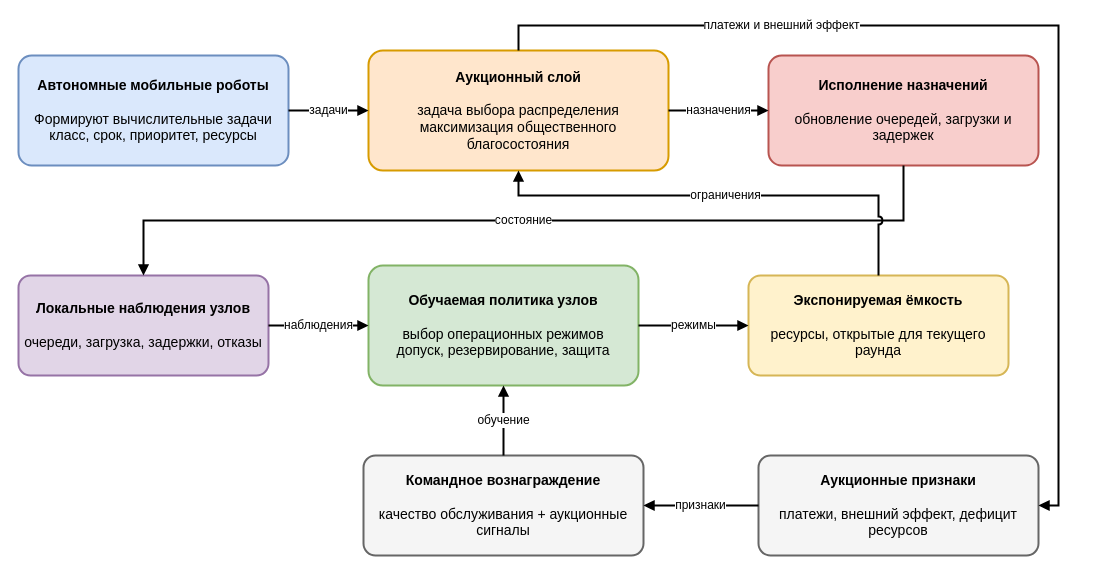
Before: Dissertation/images/drawio/ch5_ample_architecture.drawio in Dima12101/SPbU-Phd-LaTeX-Dissertation, a draw.io diagram. Source tidied: cells renumbered, new cells numbered last; positions are measured from the earlier drawing's top-left corner, leaving out a move shared by most shapes. Both pictures are drawn from the tidied source at 100%, with x=0, y=0 at pixel (18, 25).
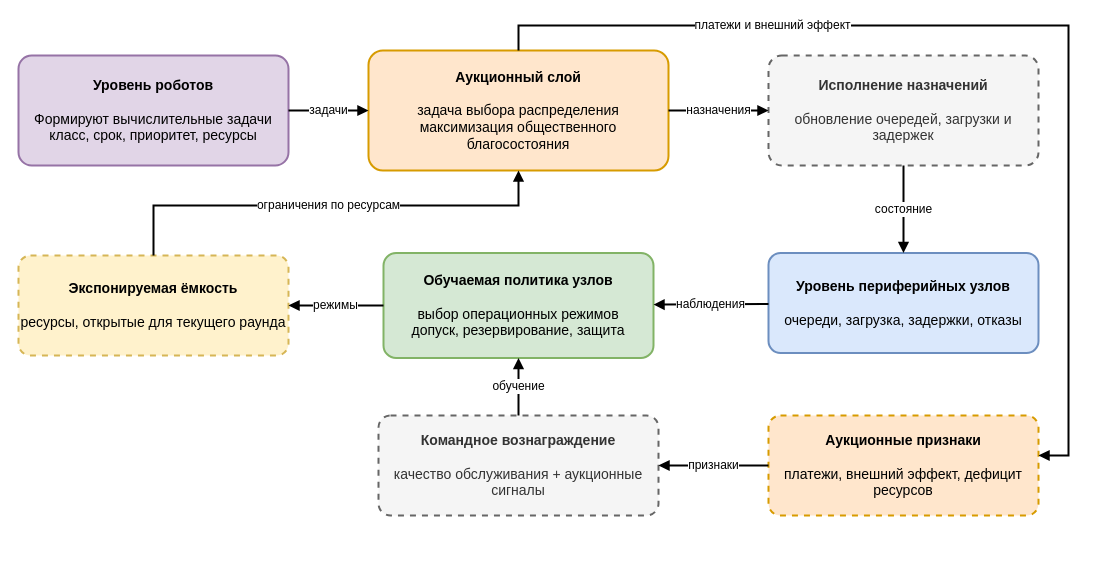
Above is the later version.

Unchanged cells that the change refers to:
```xml
<mxCell id="6" value="&lt;b&gt;Аукционный слой&lt;/b&gt;&lt;div&gt;&lt;b&gt;&lt;br&gt;&lt;/b&gt;задача выбора распределения&lt;br&gt;максимизация общественного благосостояния&lt;/div&gt;" style="rounded=1;whiteSpace=wrap;html=1;arcSize=12;strokeWidth=2;fillColor=#ffe6cc;strokeColor=#d79b00;fontSize=14;" parent="1" vertex="1">
  <mxGeometry x="350" y="25" width="300" height="120" as="geometry" />
</mxCell>
```

What changed in the source:
```diff
@@
-    <mxCell id="2" value="&lt;b&gt;Автономные мобильные роботы&lt;/b&gt;&lt;div&gt;&lt;b&gt;&lt;br&gt;&lt;/b&gt;Формируют вычислительные задачи&lt;br&gt;класс, срок, приоритет, ресурсы&lt;/div&gt;" style="rounded=1;whiteSpace=wrap;html=1;arcSize=12;strokeWidth=2;fillColor=#dae8fc;strokeColor=#6c8ebf;fontSize=14;" parent="1" vertex="1">
+    <mxCell id="2" value="&lt;div&gt;&lt;b&gt;Уровень роботов&lt;/b&gt;&lt;/div&gt;&lt;div&gt;&lt;b&gt;&lt;br&gt;&lt;/b&gt;Формируют вычислительные задачи&lt;br&gt;класс, срок, приоритет, ресурсы&lt;/div&gt;" style="rounded=1;whiteSpace=wrap;html=1;arcSize=12;strokeWidth=2;fillColor=#e1d5e7;strokeColor=#9673a6;fontSize=14;" parent="1" vertex="1">
       <mxGeometry y="30" width="270" height="110" as="geometry" />
     </mxCell>
-    <mxCell id="3" value="&lt;b style=&quot;&quot;&gt;Локальные наблюдения узлов&lt;/b&gt;&lt;div&gt;&lt;br&gt;очереди, загрузка, задержки, отказы&lt;/div&gt;" style="rounded=1;whiteSpace=wrap;html=1;arcSize=12;strokeWidth=2;fillColor=#e1d5e7;strokeColor=#9673a6;fontSize=14;" parent="1" vertex="1">
-      <mxGeometry y="250" width="250" height="100" as="geometry" />
+    <mxCell id="3" value="&lt;div&gt;&lt;b&gt;Уровень периферийных узлов&lt;/b&gt;&lt;/div&gt;&lt;div&gt;&lt;b&gt;&lt;br&gt;&lt;/b&gt;очереди, загрузка, задержки, отказы&lt;/div&gt;" style="rounded=1;whiteSpace=wrap;html=1;arcSize=12;strokeWidth=2;fillColor=#dae8fc;strokeColor=#6c8ebf;fontSize=14;" parent="1" vertex="1">
+      <mxGeometry x="750" y="227.5" width="270" height="100" as="geometry" />
     </mxCell>
     <mxCell id="4" value="&lt;b&gt;Обучаемая политика узлов&lt;/b&gt;&lt;div&gt;&lt;b&gt;&lt;br&gt;&lt;/b&gt;выбор операционных режимов&lt;br&gt;допуск, резервирование, защита&lt;/div&gt;" style="rounded=1;whiteSpace=wrap;html=1;arcSize=12;strokeWidth=2;fillColor=#d5e8d4;strokeColor=#82b366;fontSize=14;" parent="1" vertex="1">
-      <mxGeometry x="350" y="240" width="270" height="120" as="geometry" />
+      <mxGeometry x="365" y="227.5" width="270" height="105" as="geometry" />
     </mxCell>
-    <mxCell id="5" value="&lt;b&gt;Экспонируемая ёмкость&lt;/b&gt;&lt;div&gt;&lt;b&gt;&lt;br&gt;&lt;/b&gt;ресурсы, открытые для текущего раунда&lt;/div&gt;" style="rounded=1;whiteSpace=wrap;html=1;arcSize=12;strokeWidth=2;fillColor=#fff2cc;strokeColor=#d6b656;fontSize=14;" parent="1" vertex="1">
-      <mxGeometry x="730" y="250" width="260" height="100" as="geometry" />
+    <mxCell id="5" value="&lt;b&gt;Экспонируемая ёмкость&lt;/b&gt;&lt;div&gt;&lt;b&gt;&lt;br&gt;&lt;/b&gt;ресурсы, открытые для текущего раунда&lt;/div&gt;" style="rounded=1;whiteSpace=wrap;html=1;arcSize=12;strokeWidth=2;fillColor=#fff2cc;strokeColor=#d6b656;fontSize=14;dashed=1;" parent="1" vertex="1">
+      <mxGeometry y="230" width="270" height="100" as="geometry" />
     </mxCell>
@@
-    <mxCell id="7" value="&lt;b&gt;Исполнение назначений&lt;/b&gt;&lt;div&gt;&lt;b&gt;&lt;br&gt;&lt;/b&gt;обновление очередей, загрузки и задержек&lt;/div&gt;" style="rounded=1;whiteSpace=wrap;html=1;arcSize=12;strokeWidth=2;fillColor=#f8cecc;strokeColor=#b85450;fontSize=14;" parent="1" vertex="1">
+    <mxCell id="7" value="&lt;b&gt;Исполнение назначений&lt;/b&gt;&lt;div&gt;&lt;b&gt;&lt;br&gt;&lt;/b&gt;обновление очередей, загрузки и задержек&lt;/div&gt;" style="rounded=1;whiteSpace=wrap;html=1;arcSize=12;strokeWidth=2;fillColor=#f5f5f5;strokeColor=#666666;fontSize=14;dashed=1;fontColor=#333333;" parent="1" vertex="1">
       <mxGeometry x="750" y="30" width="270" height="110" as="geometry" />
     </mxCell>
-    <mxCell id="8" value="&lt;b&gt;Аукционные признаки&lt;/b&gt;&lt;div&gt;&lt;b&gt;&lt;br&gt;&lt;/b&gt;платежи, внешний эффект, дефицит ресурсов&lt;/div&gt;" style="rounded=1;whiteSpace=wrap;html=1;arcSize=12;strokeWidth=2;fillColor=#f5f5f5;strokeColor=#666666;fontSize=14;" parent="1" vertex="1">
-      <mxGeometry x="740" y="430" width="280" height="100" as="geometry" />
+    <mxCell id="8" value="&lt;b&gt;Аукционные признаки&lt;/b&gt;&lt;div&gt;&lt;b&gt;&lt;br&gt;&lt;/b&gt;платежи, внешний эффект, дефицит ресурсов&lt;/div&gt;" style="rounded=1;whiteSpace=wrap;html=1;arcSize=12;strokeWidth=2;fillColor=#ffe6cc;strokeColor=#d79b00;fontSize=14;dashed=1;" parent="1" vertex="1">
+      <mxGeometry x="750" y="390" width="270" height="100" as="geometry" />
     </mxCell>
-    <mxCell id="9" value="&lt;b&gt;Командное вознаграждение&lt;/b&gt;&lt;div&gt;&lt;b&gt;&lt;br&gt;&lt;/b&gt;качество обслуживания + аукционные сигналы&lt;/div&gt;" style="rounded=1;whiteSpace=wrap;html=1;arcSize=12;strokeWidth=2;fillColor=#f5f5f5;strokeColor=#666666;fontSize=14;" parent="1" vertex="1">
-      <mxGeometry x="345" y="430" width="280" height="100" as="geometry" />
+    <mxCell id="9" value="&lt;b&gt;Командное вознаграждение&lt;/b&gt;&lt;div&gt;&lt;b&gt;&lt;br&gt;&lt;/b&gt;качество обслуживания + аукционные сигналы&lt;/div&gt;" style="rounded=1;whiteSpace=wrap;html=1;arcSize=12;strokeWidth=2;fillColor=#f5f5f5;strokeColor=#666666;fontSize=14;dashed=1;fontColor=#333333;" parent="1" vertex="1">
+      <mxGeometry x="360" y="390" width="280" height="100" as="geometry" />
     </mxCell>
@@
-    <mxCell id="15" value="ограничения" style="endArrow=block;html=1;rounded=0;strokeWidth=2;fontSize=12;edgeStyle=orthogonalEdgeStyle;exitX=0.5;exitY=0;exitDx=0;exitDy=0;jumpStyle=arc;" parent="1" edge="1" source="5" target="6">
+    <mxCell id="15" value="ограничения по ресурсам" style="endArrow=block;html=1;rounded=0;strokeWidth=2;fontSize=12;edgeStyle=orthogonalEdgeStyle;exitX=0.5;exitY=0;exitDx=0;exitDy=0;jumpStyle=arc;" parent="1" edge="1" source="5" target="6">
       <mxGeometry relative="1" as="geometry">
         <Array as="points">
-          <mxPoint x="860" y="170" />
-          <mxPoint x="500" y="170" />
+          <mxPoint x="135" y="180" />
+          <mxPoint x="500" y="180" />
         </Array>
       </mxGeometry>
     </mxCell>
     <mxCell id="16" value="платежи и внешний эффект" style="endArrow=block;html=1;rounded=0;strokeWidth=2;fontSize=12;exitX=0.5;exitY=0;exitDx=0;exitDy=0;edgeStyle=orthogonalEdgeStyle;" parent="1" edge="1" source="6" target="8">
       <mxGeometry x="-0.46" relative="1" as="geometry">
         <Array as="points">
           <mxPoint x="500" />
-          <mxPoint x="1040" />
-          <mxPoint x="1040" y="480" />
+          <mxPoint x="1050" />
+          <mxPoint x="1050" y="430" />
         </Array>
       </mxGeometry>
     </mxCell>
```
